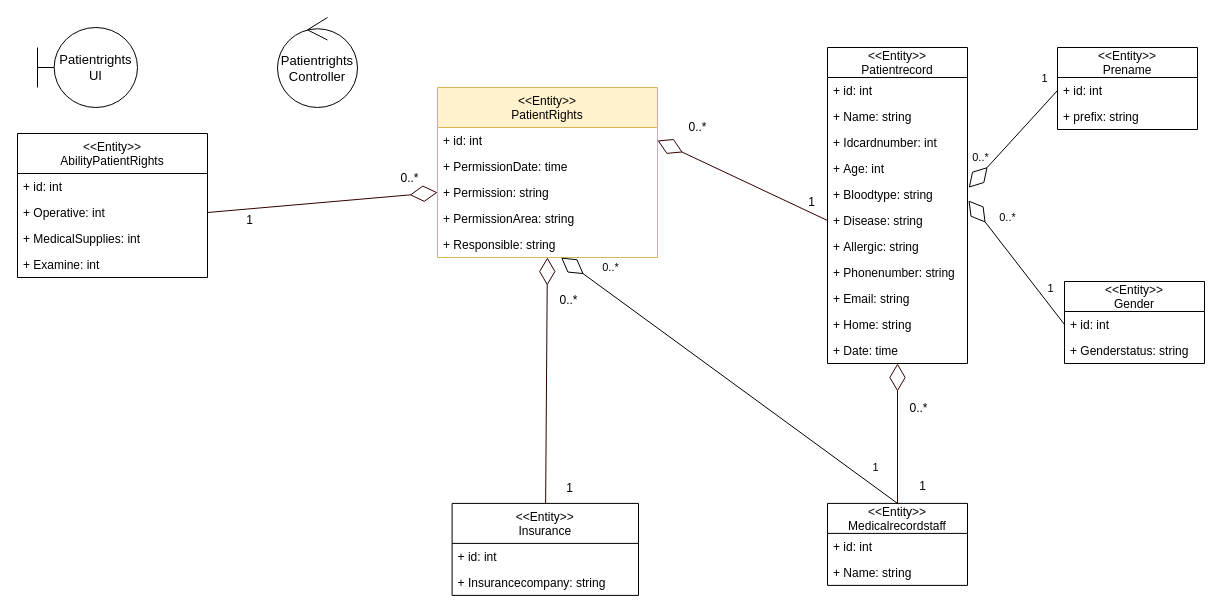
sut63/team10 keeps this draw.io diagram as page "Class Diagram ( ทั้ง Entity, Boundary, Control" (1 of 5) of draw_io/b6103866-2.drawio. Above is the earlier version. Source tidied: cells renumbered, new cells numbered last; positions are measured from the earlier drawing's top-left corner, leaving out a move shared by most shapes. Both pictures are drawn from the tidied source at 100%, with x=0, y=0 at pixel (17, 17).
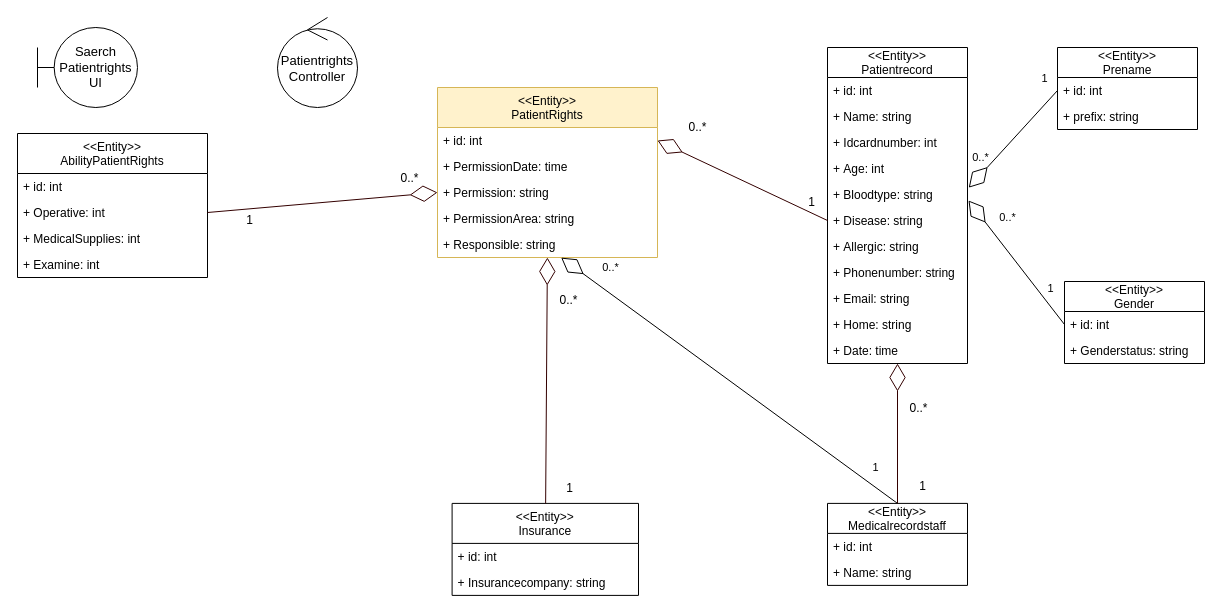
The same diagram, later.

Change to the diagram source:
```diff
@@
-    <mxCell id="2" value="Patientrights&lt;br style=&quot;font-size: 13px&quot;&gt;UI" style="shape=umlBoundary;whiteSpace=wrap;html=1;fontSize=13;" parent="1" vertex="1">
+    <mxCell id="2" value="Saerch&lt;br&gt;Patientrights&lt;br&gt;UI" style="shape=umlBoundary;whiteSpace=wrap;html=1;fontSize=13;" parent="1" vertex="1">
       <mxGeometry x="20" y="10" width="100" height="80" as="geometry" />
     </mxCell>
```
